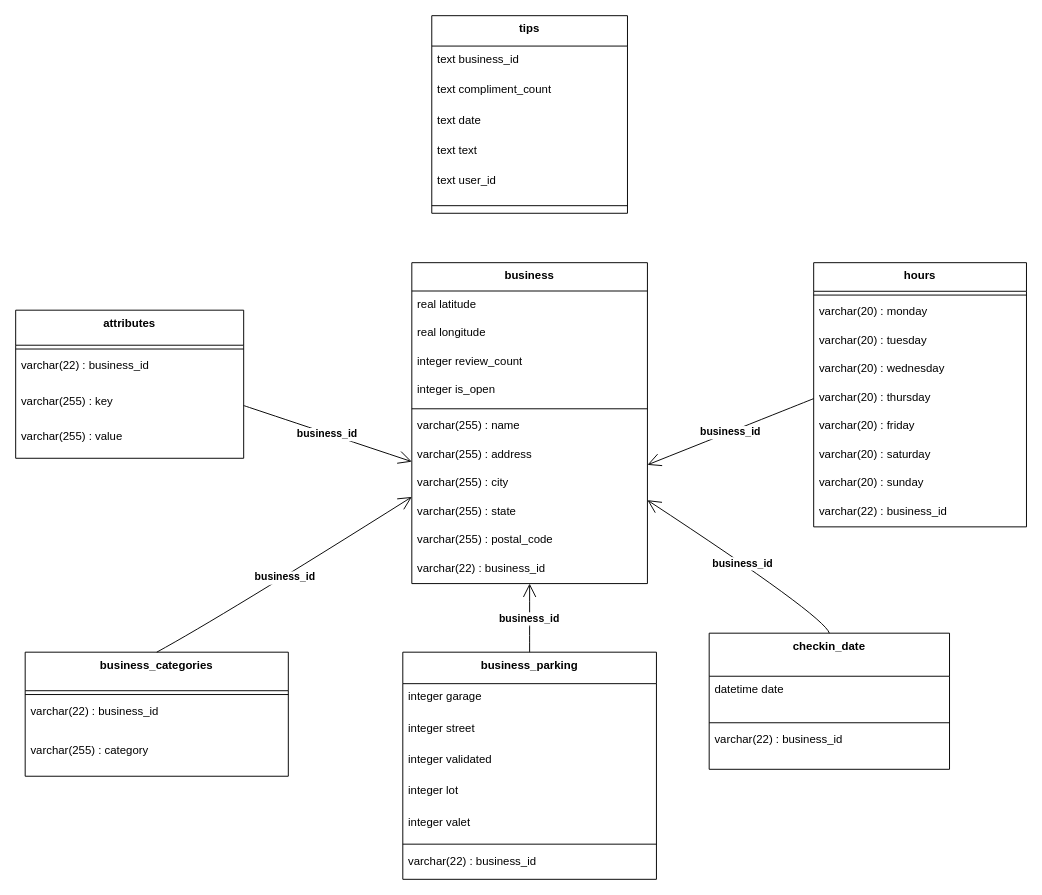
Above: diagramme/Initital_schema.drawio in Maxime-Cllt/Argon (draw.io), before the change. Source tidied: cells renumbered, new cells numbered last; positions are measured from the earlier drawing's top-left corner, leaving out a move shared by most shapes. Both pictures are drawn from the tidied source at 95%, with x=0, y=0 at pixel (15, 15).
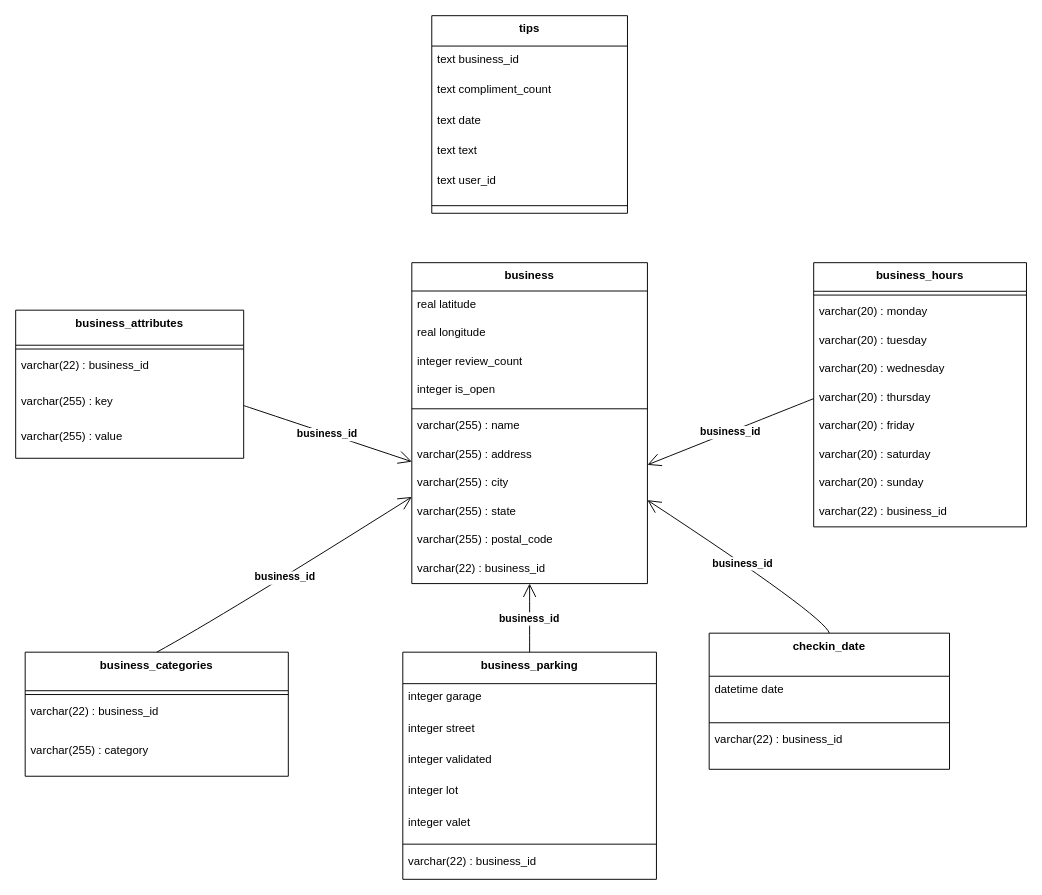
The same page after the edit.

Change to the diagram source:
```diff
@@
-    <mxCell id="2" value="attributes" style="swimlane;fontStyle=1;align=center;verticalAlign=top;horizontal=1;startSize=36.888888888888886;" parent="1" vertex="1">
+    <mxCell id="2" value="business_attributes" style="swimlane;fontStyle=1;align=center;verticalAlign=top;horizontal=1;startSize=36.888888888888886;" parent="1" vertex="1">
       <mxGeometry y="310" width="240" height="155.9" as="geometry" />
     </mxCell>
@@
-    <mxCell id="35" value="hours" style="swimlane;fontStyle=1;align=center;verticalAlign=top;horizontal=1;startSize=30.105263157894736;" parent="1" vertex="1">
+    <mxCell id="35" value="business_hours" style="swimlane;fontStyle=1;align=center;verticalAlign=top;horizontal=1;startSize=30.105263157894736;" parent="1" vertex="1">
       <mxGeometry x="840" y="260" width="224" height="278.1" as="geometry" />
     </mxCell>
```
